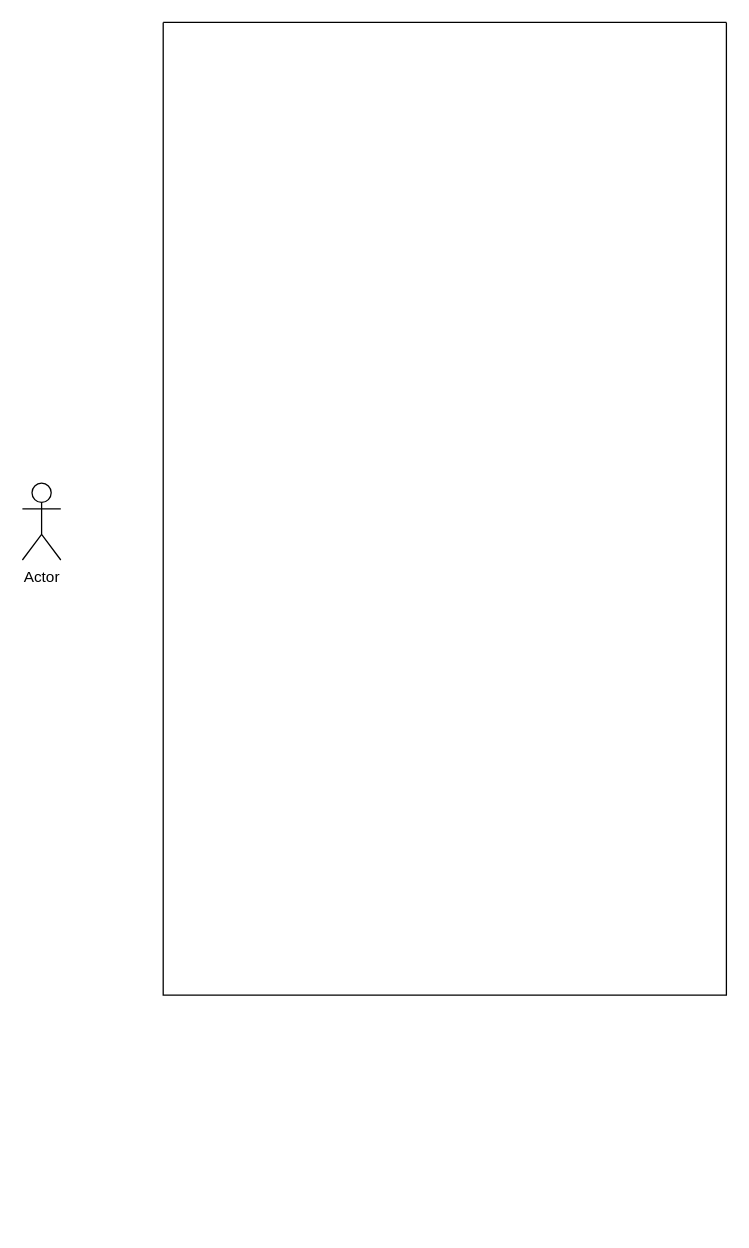
Earlier version of the draw.io diagram Untitled Diagram.drawio (yakinawedan/try). Source tidied: cells renumbered, new cells numbered last; positions are measured from the earlier drawing's top-left corner, leaving out a move shared by most shapes. Both pictures are drawn from the tidied source at 128%, with x=0, y=0 at pixel (22, 22).
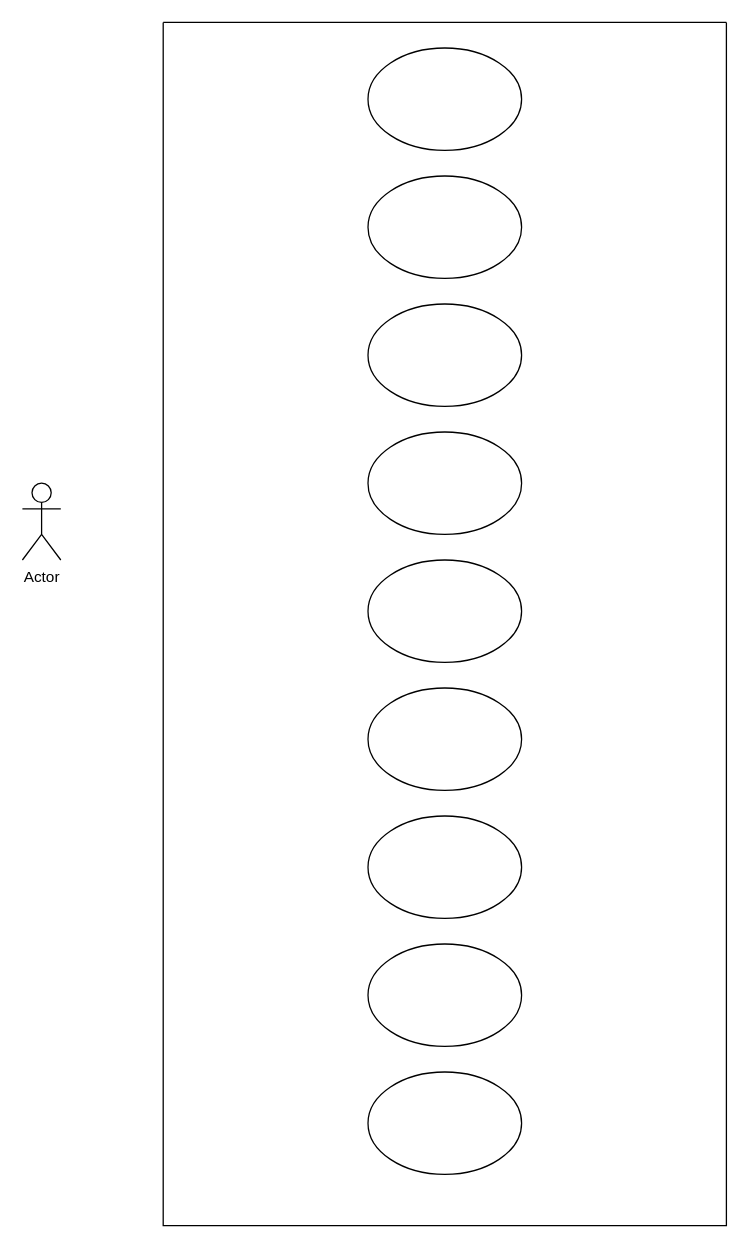
The same diagram, later.

What changed in the source:
```diff
@@
 <mxGraphModel>
   <root>
     <mxCell id="0" />
     <mxCell id="1" parent="0" />
     <mxCell id="2" value="Actor" style="shape=umlActor;verticalLabelPosition=bottom;verticalAlign=top;html=1;" parent="1" vertex="1">
       <mxGeometry y="360" width="30" height="60" as="geometry" />
     </mxCell>
     <mxCell id="3" style="swimlane;startSize=0;" parent="1" vertex="1">
-      <mxGeometry x="110" width="440" height="760" as="geometry" />
+      <mxGeometry x="110" width="440" height="940" as="geometry" />
     </mxCell>
+    <mxCell id="4" style="ellipse;whiteSpace=wrap;html=1;" parent="3" vertex="1">
+      <mxGeometry x="160" y="20" width="120" height="80" as="geometry" />
+    </mxCell>
+    <mxCell id="5" style="ellipse;whiteSpace=wrap;html=1;" parent="3" vertex="1">
+      <mxGeometry x="160" y="420" width="120" height="80" as="geometry" />
+    </mxCell>
+    <mxCell id="6" style="ellipse;whiteSpace=wrap;html=1;" parent="3" vertex="1">
+      <mxGeometry x="160" y="220" width="120" height="80" as="geometry" />
+    </mxCell>
+    <mxCell id="7" style="ellipse;whiteSpace=wrap;html=1;" parent="3" vertex="1">
+      <mxGeometry x="160" y="320" width="120" height="80" as="geometry" />
+    </mxCell>
+    <mxCell id="8" style="ellipse;whiteSpace=wrap;html=1;" parent="3" vertex="1">
+      <mxGeometry x="160" y="520" width="120" height="80" as="geometry" />
+    </mxCell>
+    <mxCell id="9" style="ellipse;whiteSpace=wrap;html=1;" parent="3" vertex="1">
+      <mxGeometry x="160" y="720" width="120" height="80" as="geometry" />
+    </mxCell>
+    <mxCell id="10" style="ellipse;whiteSpace=wrap;html=1;" parent="3" vertex="1">
+      <mxGeometry x="160" y="820" width="120" height="80" as="geometry" />
+    </mxCell>
+    <mxCell id="11" style="ellipse;whiteSpace=wrap;html=1;" parent="3" vertex="1">
+      <mxGeometry x="160" y="620" width="120" height="80" as="geometry" />
+    </mxCell>
+    <mxCell id="12" style="ellipse;whiteSpace=wrap;html=1;" parent="3" vertex="1">
+      <mxGeometry x="160" y="120" width="120" height="80" as="geometry" />
+    </mxCell>
   </root>
 </mxGraphModel>
```
